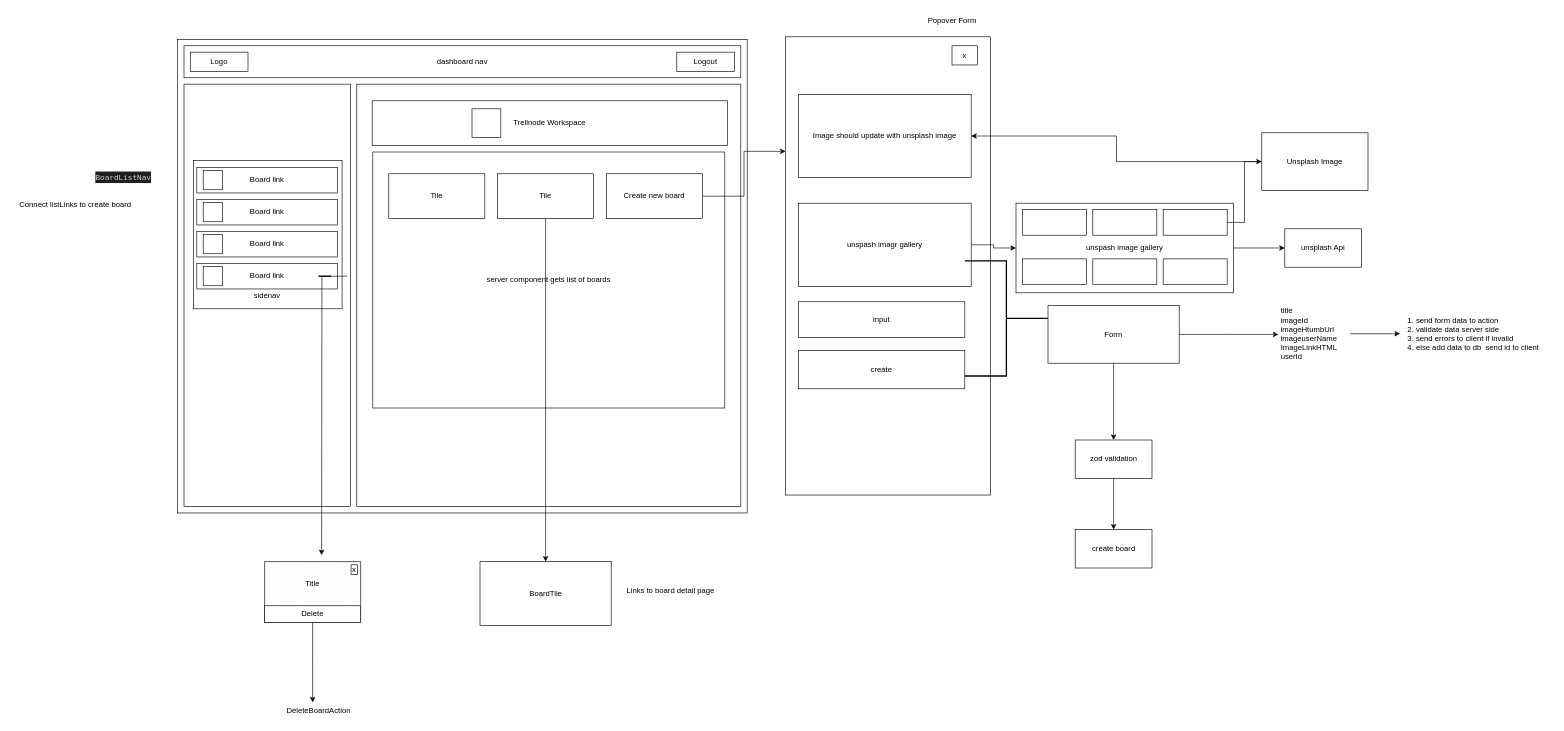
Before: page "Boards Page" (3 of 4) of public/Untitled Diagram.drawio in eric-nichols-nyc/trellnode, a draw.io diagram. Source tidied: cells renumbered, new cells numbered last; positions are measured from the earlier drawing's top-left corner, leaving out a move shared by most shapes. Both pictures are drawn from the tidied source at 64%, with x=0, y=0 at pixel (11, 11).
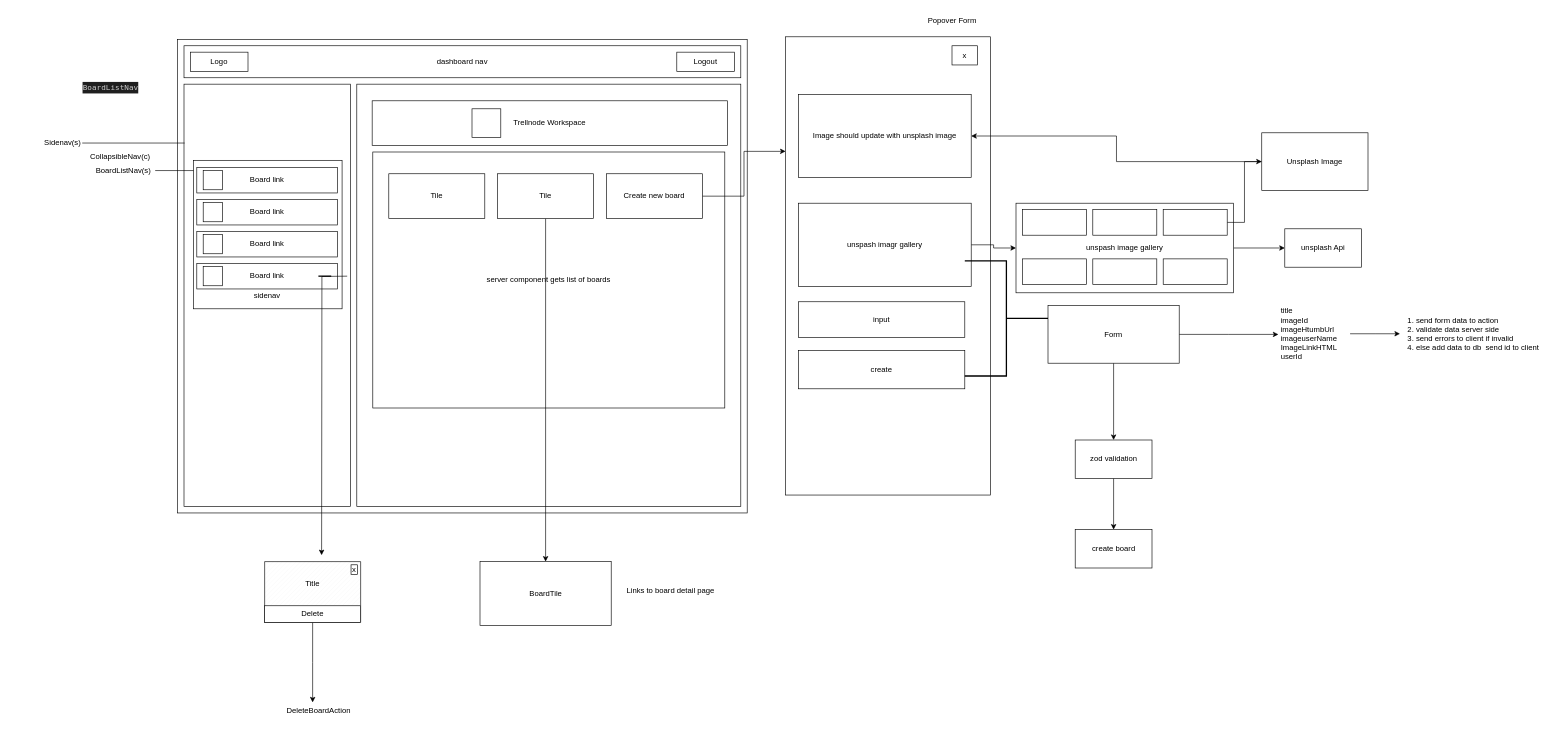
The same diagram, later.

Diff of the diagram source:
```diff
@@
-    <mxCell id="64" value="Connect listLinks to create board" style="text;html=1;align=center;verticalAlign=middle;strokeColor=none;fillColor=none;" parent="1" vertex="1">
-      <mxGeometry y="288" width="200" height="30" as="geometry" />
-    </mxCell>
@@
     <mxCell id="66" value="&lt;div style=&quot;color: rgb(204, 204, 204); background-color: rgb(31, 31, 31); font-family: Menlo, Monaco, &amp;quot;Courier New&amp;quot;, monospace; line-height: 18px;&quot;&gt;BoardListNav&lt;/div&gt;" style="text;html=1;align=center;verticalAlign=middle;strokeColor=none;fillColor=none;" parent="1" vertex="1">
-      <mxGeometry x="120" y="244" width="110" height="30" as="geometry" />
+      <mxGeometry x="100" y="104" width="110" height="30" as="geometry" />
     </mxCell>
@@
+    <mxCell id="68" value="Sidenav(s)" style="text;html=1;align=center;verticalAlign=middle;strokeColor=none;fillColor=none;" parent="1" vertex="1">
+      <mxGeometry x="40" y="190" width="80" height="30" as="geometry" />
+    </mxCell>
+    <mxCell id="69" style="endArrow=none;html=1;rounded=0;" parent="1" edge="1">
+      <mxGeometry relative="1" as="geometry">
+        <mxPoint x="111" y="206" as="sourcePoint" />
+        <mxPoint x="271" y="206" as="targetPoint" />
+      </mxGeometry>
+    </mxCell>
+    <mxCell id="70" value="BoardListNav(s)" style="text;html=1;align=center;verticalAlign=middle;strokeColor=none;fillColor=none;" parent="1" vertex="1">
+      <mxGeometry x="120" y="234" width="110" height="30" as="geometry" />
+    </mxCell>
+    <mxCell id="71" style="line;strokeWidth=1;dashed=0;labelPosition=right;align=left;verticalAlign=middle;spacingTop=0;spacingLeft=6;" parent="1" vertex="1">
+      <mxGeometry x="225" y="244" width="60" height="10" as="geometry" />
+    </mxCell>
+    <mxCell id="72" value="CollapsibleNav(c)" style="text;html=1;align=center;verticalAlign=middle;strokeColor=none;fillColor=none;" parent="1" vertex="1">
+      <mxGeometry x="110" y="212" width="120" height="30" as="geometry" />
+    </mxCell>
```
